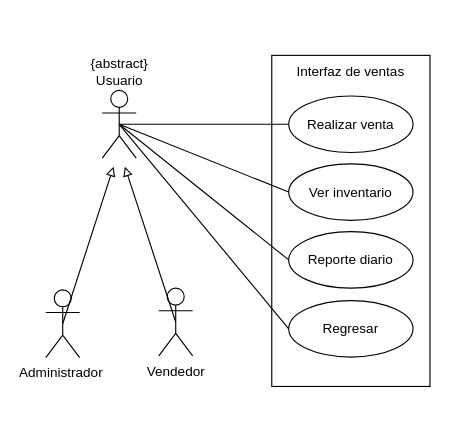
The draw.io diagram interfaz de ventas.drawio in Ovills/analisis, before the edit. Source tidied: cells renumbered, new cells numbered last; positions are measured from the earlier drawing's top-left corner, leaving out a move shared by most shapes. Both pictures are drawn from the tidied source at 113%, with x=0, y=0 at pixel (45, 55).
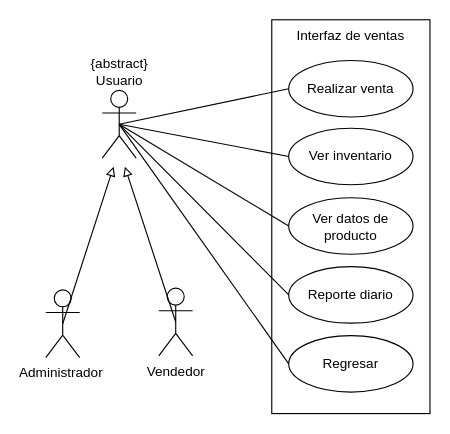
The same page after the edit.

What changed in the source:
```diff
@@
 <mxGraphModel>
   <root>
     <mxCell id="0" />
     <mxCell id="1" parent="0" />
     <mxCell id="2" value="Interfaz de ventas" style="rounded=0;whiteSpace=wrap;html=1;fillColor=none;verticalAlign=top;" parent="1" vertex="1">
-      <mxGeometry x="200" y="-0.5" width="140" height="293" as="geometry" />
+      <mxGeometry x="200" y="-32" width="140" height="348.5" as="geometry" />
     </mxCell>
     <mxCell id="3" value="Realizar venta" style="ellipse;whiteSpace=wrap;html=1;fillColor=none;" parent="1" vertex="1">
-      <mxGeometry x="215" y="35.5" width="110" height="50" as="geometry" />
+      <mxGeometry x="215" y="4" width="110" height="50" as="geometry" />
     </mxCell>
     <mxCell id="4" value="Ver inventario" style="ellipse;whiteSpace=wrap;html=1;fillColor=none;" parent="1" vertex="1">
-      <mxGeometry x="215" y="95.5" width="110" height="50" as="geometry" />
+      <mxGeometry x="215" y="64" width="110" height="50" as="geometry" />
     </mxCell>
     <mxCell id="5" value="Reporte diario" style="ellipse;whiteSpace=wrap;html=1;fillColor=none;spacingTop=1;" parent="1" vertex="1">
-      <mxGeometry x="215" y="155.5" width="110" height="50" as="geometry" />
+      <mxGeometry x="215" y="186.5" width="110" height="50" as="geometry" />
     </mxCell>
     <mxCell id="6" style="endArrow=none;html=1;rounded=0;exitX=0.5;exitY=0.5;exitDx=0;exitDy=0;exitPerimeter=0;entryX=0;entryY=0.5;entryDx=0;entryDy=0;" parent="1" edge="1" source="15" target="3">
       <mxGeometry relative="1" as="geometry" />
     </mxCell>
     <mxCell id="7" style="endArrow=none;html=1;rounded=0;exitX=0.5;exitY=0.5;exitDx=0;exitDy=0;exitPerimeter=0;entryX=0;entryY=0.5;entryDx=0;entryDy=0;" parent="1" edge="1" source="15" target="4">
       <mxGeometry relative="1" as="geometry" />
     </mxCell>
     <mxCell id="8" style="endArrow=none;html=1;rounded=0;entryX=0;entryY=0.5;entryDx=0;entryDy=0;exitX=0.5;exitY=0.5;exitDx=0;exitDy=0;exitPerimeter=0;" parent="1" edge="1" source="15" target="5">
       <mxGeometry relative="1" as="geometry" />
     </mxCell>
     <mxCell id="9" value="Regresar" style="ellipse;whiteSpace=wrap;html=1;fillColor=none;" parent="1" vertex="1">
-      <mxGeometry x="215" y="216.5" width="110" height="50" as="geometry" />
+      <mxGeometry x="215" y="247.5" width="110" height="50" as="geometry" />
     </mxCell>
     <mxCell id="10" style="endArrow=none;html=1;rounded=0;entryX=0;entryY=0.5;entryDx=0;entryDy=0;exitX=0.5;exitY=0.5;exitDx=0;exitDy=0;exitPerimeter=0;" parent="1" edge="1" source="15" target="9">
       <mxGeometry relative="1" as="geometry" />
     </mxCell>
     <mxCell id="11" value="Administrador&amp;nbsp;" style="shape=umlActor;verticalLabelPosition=bottom;verticalAlign=top;html=1;outlineConnect=0;fillColor=none;" parent="1" vertex="1">
       <mxGeometry y="207" width="30" height="60" as="geometry" />
     </mxCell>
     <mxCell id="12" value="Vendedor" style="shape=umlActor;verticalLabelPosition=bottom;verticalAlign=top;html=1;outlineConnect=0;fillColor=none;" parent="1" vertex="1">
       <mxGeometry x="100" y="205.5" width="30" height="60" as="geometry" />
     </mxCell>
     <mxCell id="13" style="endArrow=block;html=1;rounded=0;exitX=0.5;exitY=0.5;exitDx=0;exitDy=0;exitPerimeter=0;endFill=0;" parent="1" edge="1" source="11">
       <mxGeometry relative="1" as="geometry">
         <mxPoint x="60" y="98" as="targetPoint" />
       </mxGeometry>
     </mxCell>
     <mxCell id="14" style="endArrow=block;html=1;rounded=0;exitX=0.5;exitY=0.5;exitDx=0;exitDy=0;exitPerimeter=0;endFill=0;" parent="1" edge="1" source="12">
       <mxGeometry relative="1" as="geometry">
         <mxPoint x="70" y="98" as="targetPoint" />
       </mxGeometry>
     </mxCell>
     <mxCell id="15" value="{abstract}&lt;br&gt;Usuario" style="shape=umlActor;verticalLabelPosition=top;verticalAlign=bottom;html=1;outlineConnect=0;fillColor=none;labelPosition=center;align=center;" parent="1" vertex="1">
       <mxGeometry x="50" y="30.5" width="30" height="60" as="geometry" />
     </mxCell>
+    <mxCell id="16" value="Ver datos de producto" style="ellipse;whiteSpace=wrap;html=1;fillColor=none;" parent="1" vertex="1">
+      <mxGeometry x="215" y="125.5" width="110" height="50" as="geometry" />
+    </mxCell>
+    <mxCell id="17" style="endArrow=none;html=1;rounded=0;exitX=0.5;exitY=0.5;exitDx=0;exitDy=0;exitPerimeter=0;entryX=0;entryY=0.5;entryDx=0;entryDy=0;" parent="1" edge="1" source="15" target="16">
+      <mxGeometry relative="1" as="geometry" />
+    </mxCell>
   </root>
 </mxGraphModel>
```
